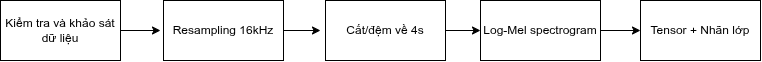
This is assets/Preprocessing_block.png from quanghung4dhh/Audio_Classfication, a draw.io export, as it was before one commit. Source tidied: cells renumbered, new cells last; positions are measured from the earlier drawing's top-left corner, leaving out a move shared by most shapes. Source of this version:
```xml
<mxGraphModel>
  <root>
    <mxCell id="0" />
    <mxCell id="1" parent="0" />
    <mxCell id="2" style="edgeStyle=orthogonalEdgeStyle;rounded=0;jettySize=auto;html=1;defaultLabelBackgroundColor=page;" parent="1" edge="1" source="3">
      <mxGeometry relative="1" as="geometry">
        <mxPoint x="160" y="30" as="targetPoint" />
      </mxGeometry>
    </mxCell>
    <mxCell id="3" value="Kiểm tra và khảo sát dữ liệu" style="rounded=0;whiteSpace=wrap;html=1;" parent="1" vertex="1">
      <mxGeometry width="120" height="60" as="geometry" />
    </mxCell>
    <mxCell id="4" style="edgeStyle=orthogonalEdgeStyle;rounded=0;jettySize=auto;html=1;defaultLabelBackgroundColor=page;" parent="1" edge="1" source="5">
      <mxGeometry relative="1" as="geometry">
        <mxPoint x="320" y="30" as="targetPoint" />
      </mxGeometry>
    </mxCell>
    <mxCell id="5" value="Resampling 16kHz" style="rounded=0;whiteSpace=wrap;html=1;" parent="1" vertex="1">
      <mxGeometry x="163" width="120" height="60" as="geometry" />
    </mxCell>
    <mxCell id="6" style="edgeStyle=orthogonalEdgeStyle;rounded=0;jettySize=auto;html=1;entryX=0;entryY=0.5;entryDx=0;entryDy=0;defaultLabelBackgroundColor=page;" parent="1" edge="1" source="7" target="9">
      <mxGeometry relative="1" as="geometry" />
    </mxCell>
    <mxCell id="7" value="Cắt/đệm về 4s" style="rounded=0;whiteSpace=wrap;html=1;" parent="1" vertex="1">
      <mxGeometry x="325" width="120" height="60" as="geometry" />
    </mxCell>
    <mxCell id="8" style="edgeStyle=orthogonalEdgeStyle;rounded=0;jettySize=auto;html=1;entryX=0;entryY=0.5;entryDx=0;entryDy=0;defaultLabelBackgroundColor=page;" parent="1" edge="1" source="9" target="10">
      <mxGeometry relative="1" as="geometry" />
    </mxCell>
    <mxCell id="9" value="Log-Mel spectrogram" style="rounded=0;whiteSpace=wrap;html=1;" parent="1" vertex="1">
      <mxGeometry x="480" width="120" height="60" as="geometry" />
    </mxCell>
    <mxCell id="10" value="Tensor + Nhãn lớp" style="rounded=0;whiteSpace=wrap;html=1;" parent="1" vertex="1">
      <mxGeometry x="640" width="120" height="60" as="geometry" />
    </mxCell>
  </root>
</mxGraphModel>
```
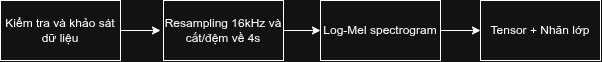
Above is the later version.

Commit message:
Week 1 sub-block 2 done

The edit, as a diff of the source:
```diff
@@ -15,23 +15,17 @@
         <mxPoint x="320" y="30" as="targetPoint" />
       </mxGeometry>
     </mxCell>
-    <mxCell id="5" value="Resampling 16kHz" style="rounded=0;whiteSpace=wrap;html=1;" parent="1" vertex="1">
+    <mxCell id="5" value="Resampling 16kHz và cắt/đệm về 4s" style="rounded=0;whiteSpace=wrap;html=1;" parent="1" vertex="1">
       <mxGeometry x="163" width="120" height="60" as="geometry" />
     </mxCell>
-    <mxCell id="6" style="edgeStyle=orthogonalEdgeStyle;rounded=0;jettySize=auto;html=1;entryX=0;entryY=0.5;entryDx=0;entryDy=0;defaultLabelBackgroundColor=page;" parent="1" edge="1" source="7" target="9">
-      <mxGeometry relative="1" as="geometry" />
-    </mxCell>
-    <mxCell id="7" value="Cắt/đệm về 4s" style="rounded=0;whiteSpace=wrap;html=1;" parent="1" vertex="1">
-      <mxGeometry x="325" width="120" height="60" as="geometry" />
-    </mxCell>
     <mxCell id="8" style="edgeStyle=orthogonalEdgeStyle;rounded=0;jettySize=auto;html=1;entryX=0;entryY=0.5;entryDx=0;entryDy=0;defaultLabelBackgroundColor=page;" parent="1" edge="1" source="9" target="10">
       <mxGeometry relative="1" as="geometry" />
     </mxCell>
     <mxCell id="9" value="Log-Mel spectrogram" style="rounded=0;whiteSpace=wrap;html=1;" parent="1" vertex="1">
-      <mxGeometry x="480" width="120" height="60" as="geometry" />
+      <mxGeometry x="320" width="120" height="60" as="geometry" />
     </mxCell>
     <mxCell id="10" value="Tensor + Nhãn lớp" style="rounded=0;whiteSpace=wrap;html=1;" parent="1" vertex="1">
-      <mxGeometry x="640" width="120" height="60" as="geometry" />
+      <mxGeometry x="480" width="120" height="60" as="geometry" />
     </mxCell>
   </root>
 </mxGraphModel>
```
